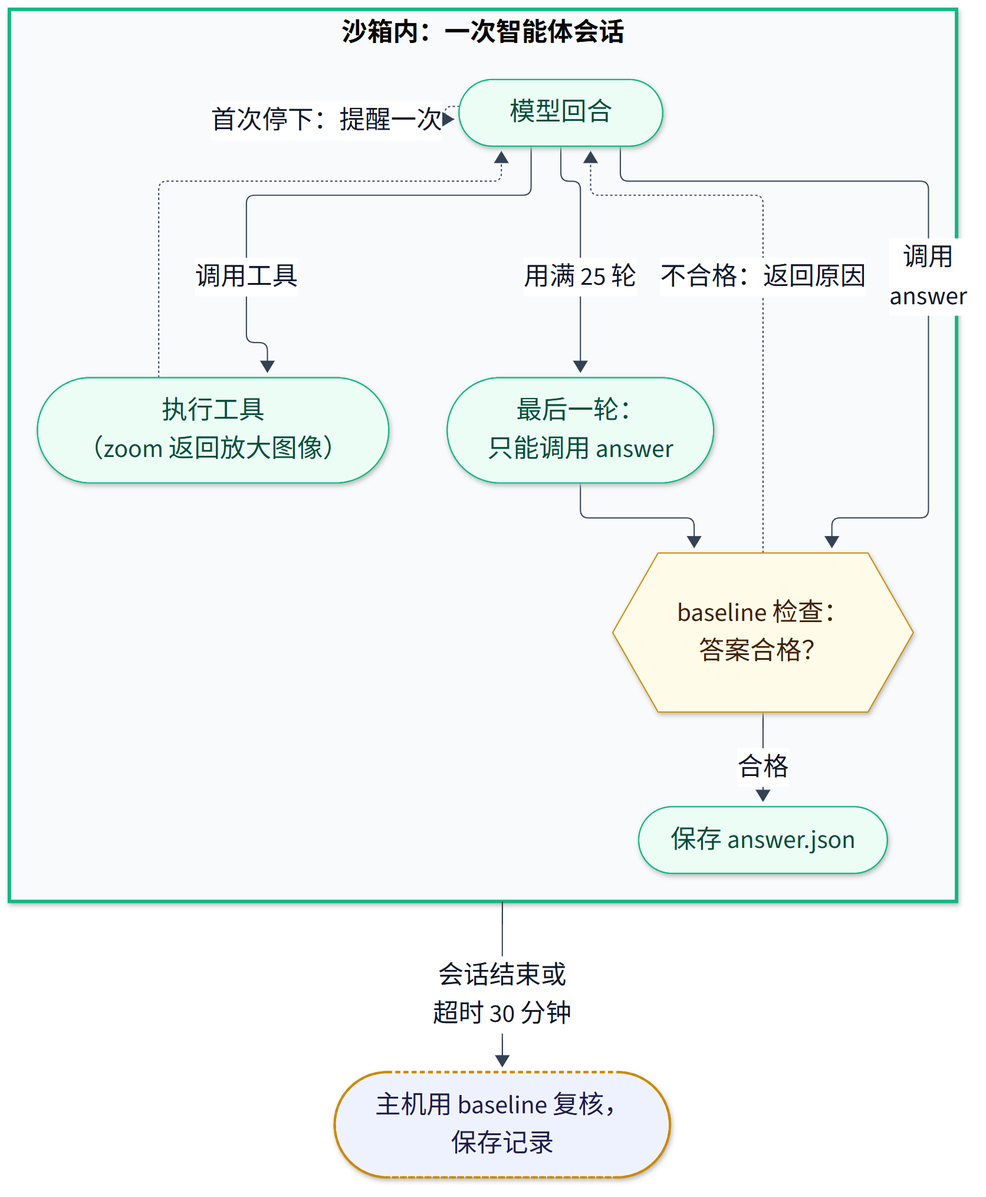
This is docs/diagrams/zh-question-states.png from eric15342335/AIFep-FDU.github.io, a Mermaid export, as it was before one commit. Its source is kept beside it as docs/diagrams/zh-question-states.mmd.
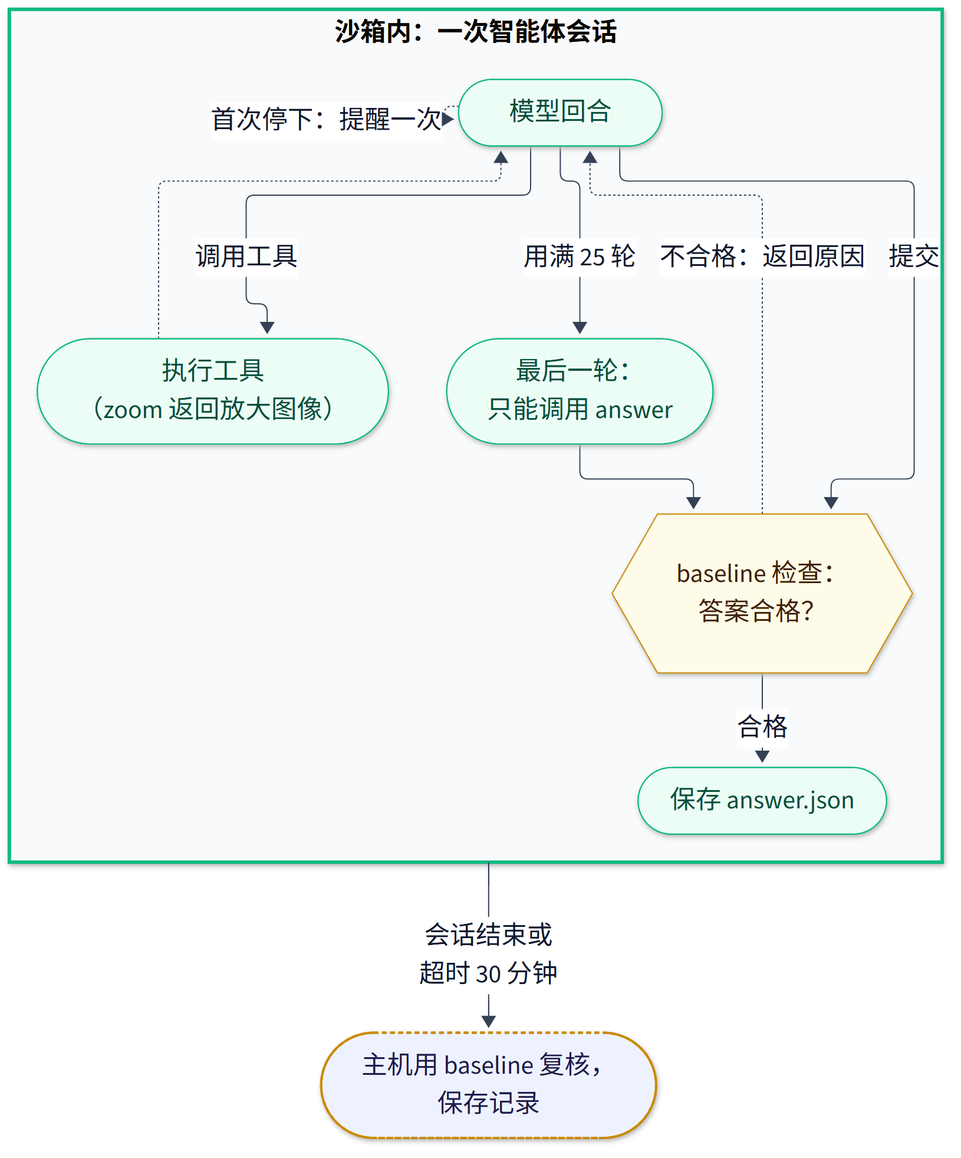
After the change.

What changed in the source:
```diff
@@ -10,7 +10,7 @@
         turn -- "调用工具" --> tool
         tool -.-> turn
         turn -. "首次停下：提醒一次" .-> turn
-        turn -- "调用<br/>answer" --> check
+        turn -- "提交" --> check
         check -. "不合格：返回原因" .-> turn
         turn -- "用满 25 轮" --> grace
         grace --> check
```
